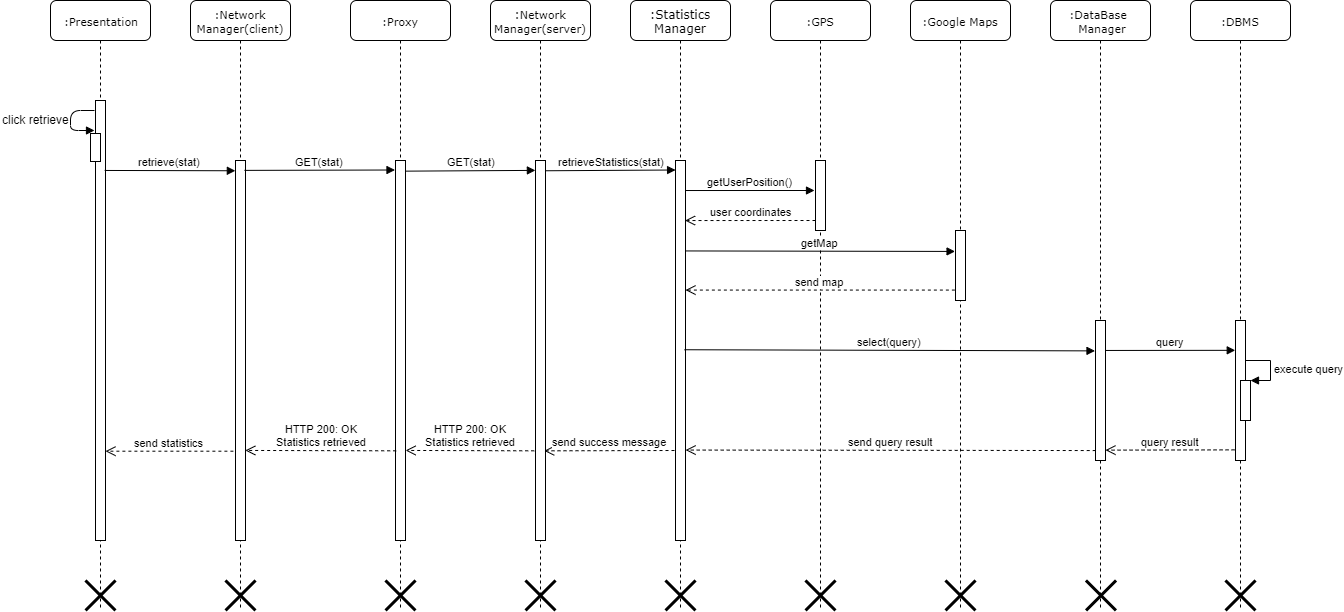
dariomiceli3/SafeStreet keeps this draw.io diagram as DD/img/sequence_diagrams/Retrieve_Statistics.png. Above is the earlier version. Source tidied: cells renumbered, new cells last; positions are measured from the earlier drawing's top-left corner, leaving out a move shared by most shapes.
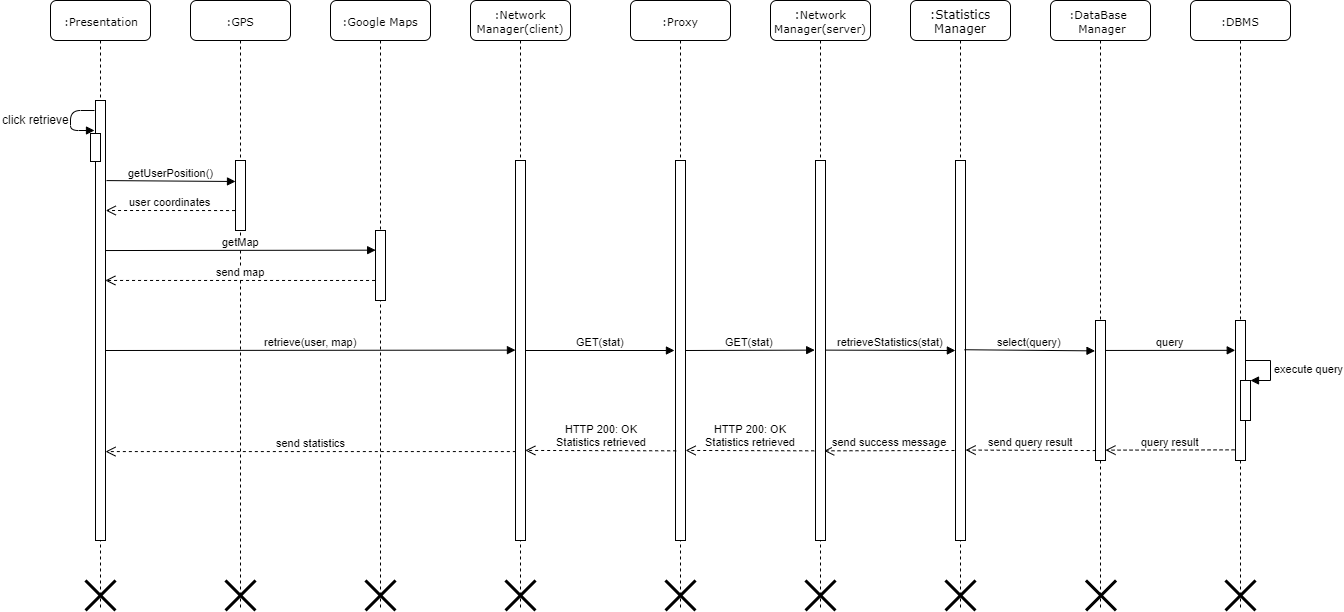
After the commit.

The edit, as a diff of the source:
```diff
@@ -3,31 +3,31 @@
     <mxCell id="0" />
     <mxCell id="1" parent="0" />
     <mxCell id="2" value="&lt;span style=&quot;font-size: 11px&quot;&gt;:Network Manager(client)&lt;/span&gt;" style="shape=umlLifeline;perimeter=lifelinePerimeter;whiteSpace=wrap;html=1;rounded=1;shadow=0;comic=0;labelBackgroundColor=none;strokeWidth=1;fontFamily=Verdana;fontSize=12;align=center;" parent="1" vertex="1">
-      <mxGeometry x="190" width="100" height="610" as="geometry" />
+      <mxGeometry x="470" width="100" height="610" as="geometry" />
     </mxCell>
     <mxCell id="3" style="html=1;points=[];perimeter=orthogonalPerimeter;rounded=0;shadow=0;comic=0;labelBackgroundColor=none;strokeWidth=1;fontFamily=Verdana;fontSize=12;align=center;" parent="2" vertex="1">
       <mxGeometry x="45" y="160" width="10" height="380" as="geometry" />
     </mxCell>
     <mxCell id="4" value="&lt;span style=&quot;font-size: 11px&quot;&gt;:Proxy&lt;/span&gt;" style="shape=umlLifeline;perimeter=lifelinePerimeter;whiteSpace=wrap;html=1;rounded=1;shadow=0;comic=0;labelBackgroundColor=none;strokeWidth=1;fontFamily=Verdana;fontSize=12;align=center;" parent="1" vertex="1">
-      <mxGeometry x="350" width="100" height="610" as="geometry" />
+      <mxGeometry x="630" width="100" height="610" as="geometry" />
     </mxCell>
     <mxCell id="5" style="html=1;points=[];perimeter=orthogonalPerimeter;rounded=0;shadow=0;comic=0;labelBackgroundColor=none;strokeWidth=1;fontFamily=Verdana;fontSize=12;align=center;" parent="4" vertex="1">
       <mxGeometry x="45" y="160" width="10" height="380" as="geometry" />
     </mxCell>
     <mxCell id="6" value=":&lt;span style=&quot;font-size: 11px&quot;&gt;Network Manager(server)&lt;/span&gt;" style="shape=umlLifeline;perimeter=lifelinePerimeter;whiteSpace=wrap;html=1;rounded=1;shadow=0;comic=0;labelBackgroundColor=none;strokeWidth=1;fontFamily=Verdana;fontSize=12;align=center;" parent="1" vertex="1">
-      <mxGeometry x="490" width="100" height="610" as="geometry" />
+      <mxGeometry x="770" width="100" height="610" as="geometry" />
     </mxCell>
     <mxCell id="7" style="html=1;points=[];perimeter=orthogonalPerimeter;rounded=0;shadow=0;comic=0;labelBackgroundColor=none;strokeWidth=1;fontFamily=Verdana;fontSize=12;align=center;" parent="6" vertex="1">
       <mxGeometry x="45" y="160" width="10" height="380" as="geometry" />
     </mxCell>
     <mxCell id="8" value=":Statistics Manager" style="shape=umlLifeline;perimeter=lifelinePerimeter;whiteSpace=wrap;html=1;rounded=1;shadow=0;comic=0;labelBackgroundColor=none;strokeWidth=1;fontFamily=Verdana;fontSize=12;align=center;" parent="1" vertex="1">
-      <mxGeometry x="630" width="100" height="610" as="geometry" />
+      <mxGeometry x="910" width="100" height="610" as="geometry" />
     </mxCell>
     <mxCell id="9" style="html=1;points=[];perimeter=orthogonalPerimeter;rounded=0;shadow=0;comic=0;labelBackgroundColor=none;strokeWidth=1;fontFamily=Verdana;fontSize=12;align=center;" parent="8" vertex="1">
       <mxGeometry x="45" y="160" width="10" height="380" as="geometry" />
     </mxCell>
     <mxCell id="10" value="&lt;font style=&quot;font-size: 11px&quot;&gt;:GPS&lt;/font&gt;" style="shape=umlLifeline;perimeter=lifelinePerimeter;whiteSpace=wrap;html=1;rounded=1;shadow=0;comic=0;labelBackgroundColor=none;strokeWidth=1;fontFamily=Verdana;fontSize=12;align=center;" parent="1" vertex="1">
-      <mxGeometry x="770" width="100" height="610" as="geometry" />
+      <mxGeometry x="190" width="100" height="610" as="geometry" />
     </mxCell>
     <mxCell id="11" style="html=1;points=[];perimeter=orthogonalPerimeter;rounded=0;shadow=0;comic=0;labelBackgroundColor=none;strokeColor=#000000;strokeWidth=1;fillColor=#FFFFFF;fontFamily=Verdana;fontSize=12;fontColor=#000000;align=center;" parent="10" vertex="1">
       <mxGeometry x="45" y="160" width="10" height="70" as="geometry" />
@@ -42,7 +42,7 @@
       <mxGeometry x="35" y="580" width="30" height="30" as="geometry" />
     </mxCell>
     <mxCell id="15" style="shape=umlDestroy;whiteSpace=wrap;html=1;strokeWidth=3;" parent="12" vertex="1">
-      <mxGeometry x="615" y="580" width="30" height="30" as="geometry" />
+      <mxGeometry x="895" y="580" width="30" height="30" as="geometry" />
     </mxCell>
     <mxCell id="16" value="&lt;font style=&quot;font-size: 11px&quot;&gt;:DataBase&amp;nbsp;&lt;br&gt;&amp;nbsp;Manager&lt;/font&gt;" style="shape=umlLifeline;perimeter=lifelinePerimeter;whiteSpace=wrap;html=1;rounded=1;shadow=0;comic=0;labelBackgroundColor=none;strokeWidth=1;fontFamily=Verdana;fontSize=12;align=center;" parent="1" vertex="1">
       <mxGeometry x="1050" width="100" height="610" as="geometry" />
@@ -85,16 +85,16 @@
       <mxGeometry x="90" y="133" width="10" height="28" as="geometry" />
     </mxCell>
     <mxCell id="25" style="shape=umlDestroy;whiteSpace=wrap;html=1;strokeWidth=3;" parent="1" vertex="1">
-      <mxGeometry x="225" y="580" width="30" height="30" as="geometry" />
+      <mxGeometry x="505" y="580" width="30" height="30" as="geometry" />
     </mxCell>
     <mxCell id="26" style="shape=umlDestroy;whiteSpace=wrap;html=1;strokeWidth=3;direction=south;" parent="1" vertex="1">
-      <mxGeometry x="385" y="580" width="30" height="30" as="geometry" />
+      <mxGeometry x="665" y="580" width="30" height="30" as="geometry" />
     </mxCell>
     <mxCell id="27" style="shape=umlDestroy;whiteSpace=wrap;html=1;strokeWidth=3;" parent="1" vertex="1">
-      <mxGeometry x="525" y="580" width="30" height="30" as="geometry" />
+      <mxGeometry x="805" y="580" width="30" height="30" as="geometry" />
     </mxCell>
     <mxCell id="28" style="shape=umlDestroy;whiteSpace=wrap;html=1;strokeWidth=3;" parent="1" vertex="1">
-      <mxGeometry x="805" y="580" width="30" height="30" as="geometry" />
+      <mxGeometry x="225" y="580" width="30" height="30" as="geometry" />
     </mxCell>
     <mxCell id="29" style="shape=umlDestroy;whiteSpace=wrap;html=1;strokeWidth=3;direction=south;" parent="1" vertex="1">
       <mxGeometry x="1085.5" y="580" width="30" height="30" as="geometry" />
@@ -102,7 +102,7 @@
     <mxCell id="30" style="shape=umlDestroy;whiteSpace=wrap;html=1;strokeWidth=3;" parent="1" vertex="1">
       <mxGeometry x="1225" y="580" width="30" height="30" as="geometry" />
     </mxCell>
-    <mxCell id="31" value="GET(stat)" style="html=1;verticalAlign=bottom;endArrow=block;exitX=1.08;exitY=0.028;exitDx=0;exitDy=0;exitPerimeter=0;entryX=-0.012;entryY=0.026;entryDx=0;entryDy=0;entryPerimeter=0;" parent="1" edge="1" source="5" target="7">
+    <mxCell id="31" value="GET(stat)" style="html=1;verticalAlign=bottom;endArrow=block;exitX=1.035;exitY=0.5;exitDx=0;exitDy=0;exitPerimeter=0;entryX=-0.081;entryY=0.499;entryDx=0;entryDy=0;entryPerimeter=0;" parent="1" edge="1" source="5" target="7">
       <mxGeometry relative="1" as="geometry" />
     </mxCell>
     <mxCell id="32" value="query" style="html=1;verticalAlign=bottom;endArrow=block;exitX=1.039;exitY=0.214;exitDx=0;exitDy=0;exitPerimeter=0;entryX=-0.026;entryY=0.213;entryDx=0;entryDy=0;entryPerimeter=0;" parent="1" edge="1" source="17" target="19">
@@ -110,35 +110,35 @@
     </mxCell>
     <mxCell id="33" value="&amp;nbsp; &lt;br&gt;&lt;br&gt;send success message" style="html=1;verticalAlign=bottom;endArrow=open;dashed=1;endSize=8;entryX=0.872;entryY=0.764;entryDx=0;entryDy=0;entryPerimeter=0;" parent="1" edge="1" target="7">
       <mxGeometry relative="1" as="geometry">
-        <mxPoint x="674" y="450" as="sourcePoint" />
+        <mxPoint x="954" y="450" as="sourcePoint" />
       </mxGeometry>
     </mxCell>
     <mxCell id="34" value="HTTP 200: OK&lt;br&gt;Statistics retrieved" style="html=1;verticalAlign=bottom;endArrow=open;dashed=1;endSize=8;exitX=0.067;exitY=0.764;exitDx=0;exitDy=0;exitPerimeter=0;entryX=0.983;entryY=0.763;entryDx=0;entryDy=0;entryPerimeter=0;" parent="1" edge="1" source="5" target="3">
       <mxGeometry relative="1" as="geometry" />
     </mxCell>
-    <mxCell id="35" value="retrieve(stat)" style="html=1;verticalAlign=bottom;endArrow=block;exitX=0.919;exitY=0.159;exitDx=0;exitDy=0;exitPerimeter=0;entryX=-0.016;entryY=0.027;entryDx=0;entryDy=0;entryPerimeter=0;" parent="1" edge="1" source="13" target="3">
-      <mxGeometry relative="1" as="geometry" />
+    <mxCell id="35" value="retrieve(user, map)" style="html=1;verticalAlign=bottom;endArrow=block;entryX=-0.005;entryY=0.499;entryDx=0;entryDy=0;entryPerimeter=0;" parent="1" edge="1" target="3">
+      <mxGeometry relative="1" as="geometry">
+        <mxPoint x="105" y="350" as="sourcePoint" />
+      </mxGeometry>
     </mxCell>
-    <mxCell id="36" value="GET(stat)" style="html=1;verticalAlign=bottom;endArrow=block;exitX=0.901;exitY=0.026;exitDx=0;exitDy=0;exitPerimeter=0;entryX=-0.05;entryY=0.025;entryDx=0;entryDy=0;entryPerimeter=0;" parent="1" edge="1" source="3" target="5">
+    <mxCell id="36" value="GET(stat)" style="html=1;verticalAlign=bottom;endArrow=block;exitX=0.988;exitY=0.5;exitDx=0;exitDy=0;exitPerimeter=0;entryX=-0.105;entryY=0.5;entryDx=0;entryDy=0;entryPerimeter=0;" parent="1" edge="1" source="3" target="5">
       <mxGeometry relative="1" as="geometry" />
     </mxCell>
-    <mxCell id="37" value="retrieveStatistics(stat)" style="html=1;verticalAlign=bottom;endArrow=block;exitX=1.076;exitY=0.027;exitDx=0;exitDy=0;exitPerimeter=0;entryX=0.008;entryY=0.025;entryDx=0;entryDy=0;entryPerimeter=0;" parent="1" edge="1" source="7" target="9">
+    <mxCell id="37" value="retrieveStatistics(stat)" style="html=1;verticalAlign=bottom;endArrow=block;exitX=1.035;exitY=0.499;exitDx=0;exitDy=0;exitPerimeter=0;entryX=-0.012;entryY=0.5;entryDx=0;entryDy=0;entryPerimeter=0;" parent="1" edge="1" source="7" target="9">
       <mxGeometry relative="1" as="geometry" />
     </mxCell>
-    <mxCell id="38" value="getUserPosition()" style="html=1;verticalAlign=bottom;endArrow=block;exitX=1.017;exitY=0.079;exitDx=0;exitDy=0;exitPerimeter=0;" parent="1" edge="1" source="9">
+    <mxCell id="38" value="getUserPosition()" style="html=1;verticalAlign=bottom;endArrow=block;exitX=1.1;exitY=0.182;exitDx=0;exitDy=0;exitPerimeter=0;" parent="1" edge="1" source="13">
       <mxGeometry relative="1" as="geometry">
-        <mxPoint x="814" y="190" as="targetPoint" />
+        <mxPoint x="235" y="181" as="targetPoint" />
       </mxGeometry>
     </mxCell>
-    <mxCell id="39" value="user coordinates" style="html=1;verticalAlign=bottom;endArrow=open;dashed=1;endSize=8;entryX=0.959;entryY=0.158;entryDx=0;entryDy=0;entryPerimeter=0;" parent="1" edge="1" target="9">
-      <mxGeometry relative="1" as="geometry">
-        <mxPoint x="815" y="220" as="sourcePoint" />
-      </mxGeometry>
+    <mxCell id="39" value="user coordinates" style="html=1;verticalAlign=bottom;endArrow=open;dashed=1;endSize=8;entryX=1.024;entryY=0.25;entryDx=0;entryDy=0;entryPerimeter=0;exitX=-0.044;exitY=0.715;exitDx=0;exitDy=0;exitPerimeter=0;" parent="1" edge="1" source="11" target="13">
+      <mxGeometry relative="1" as="geometry" />
     </mxCell>
-    <mxCell id="40" value="getMap" style="html=1;verticalAlign=bottom;endArrow=block;exitX=0.998;exitY=0.238;exitDx=0;exitDy=0;exitPerimeter=0;entryX=-0.044;entryY=0.299;entryDx=0;entryDy=0;entryPerimeter=0;" parent="1" edge="1" source="9" target="48">
+    <mxCell id="40" value="getMap" style="html=1;verticalAlign=bottom;endArrow=block;entryX=0.015;entryY=0.281;entryDx=0;entryDy=0;entryPerimeter=0;exitX=1.044;exitY=0.341;exitDx=0;exitDy=0;exitPerimeter=0;" parent="1" edge="1" source="13" target="48">
       <mxGeometry relative="1" as="geometry" />
     </mxCell>
-    <mxCell id="41" value="send map" style="html=1;verticalAlign=bottom;endArrow=open;dashed=1;endSize=8;exitX=-0.063;exitY=0.851;exitDx=0;exitDy=0;exitPerimeter=0;" parent="1" edge="1" source="48" target="9">
+    <mxCell id="41" value="send map" style="html=1;verticalAlign=bottom;endArrow=open;dashed=1;endSize=8;exitX=-0.044;exitY=0.714;exitDx=0;exitDy=0;exitPerimeter=0;entryX=0.985;entryY=0.409;entryDx=0;entryDy=0;entryPerimeter=0;" parent="1" edge="1" source="48" target="13">
       <mxGeometry relative="1" as="geometry" />
     </mxCell>
     <mxCell id="42" value="select(query)" style="html=1;verticalAlign=bottom;endArrow=block;entryX=-0.049;entryY=0.217;entryDx=0;entryDy=0;entryPerimeter=0;exitX=0.9;exitY=0.498;exitDx=0;exitDy=0;exitPerimeter=0;" parent="1" edge="1" source="9" target="17">
@@ -153,17 +153,17 @@
     <mxCell id="45" value="HTTP 200: OK&lt;br&gt;Statistics retrieved" style="html=1;verticalAlign=bottom;endArrow=open;dashed=1;endSize=8;exitX=-0.128;exitY=0.764;exitDx=0;exitDy=0;exitPerimeter=0;entryX=1.011;entryY=0.763;entryDx=0;entryDy=0;entryPerimeter=0;" parent="1" edge="1" source="7" target="5">
       <mxGeometry relative="1" as="geometry" />
     </mxCell>
-    <mxCell id="46" value="send statistics" style="html=1;verticalAlign=bottom;endArrow=open;dashed=1;endSize=8;exitX=-0.211;exitY=0.765;exitDx=0;exitDy=0;exitPerimeter=0;" parent="1" edge="1" source="3" target="13">
+    <mxCell id="46" value="send statistics" style="html=1;verticalAlign=bottom;endArrow=open;dashed=1;endSize=8;exitX=0.035;exitY=0.766;exitDx=0;exitDy=0;exitPerimeter=0;" parent="1" edge="1" source="3" target="13">
       <mxGeometry relative="1" as="geometry" />
     </mxCell>
     <mxCell id="47" value="&lt;font style=&quot;font-size: 11px&quot;&gt;:Google Maps&lt;br&gt;&lt;/font&gt;" style="shape=umlLifeline;perimeter=lifelinePerimeter;whiteSpace=wrap;html=1;rounded=1;shadow=0;comic=0;labelBackgroundColor=none;strokeWidth=1;fontFamily=Verdana;fontSize=12;align=center;" parent="1" vertex="1">
-      <mxGeometry x="910" width="100" height="610" as="geometry" />
+      <mxGeometry x="330" width="100" height="610" as="geometry" />
     </mxCell>
     <mxCell id="48" style="html=1;points=[];perimeter=orthogonalPerimeter;rounded=0;shadow=0;comic=0;labelBackgroundColor=none;strokeColor=#000000;strokeWidth=1;fillColor=#FFFFFF;fontFamily=Verdana;fontSize=12;fontColor=#000000;align=center;" parent="47" vertex="1">
       <mxGeometry x="45" y="230" width="10" height="70" as="geometry" />
     </mxCell>
     <mxCell id="49" style="shape=umlDestroy;whiteSpace=wrap;html=1;strokeWidth=3;" parent="1" vertex="1">
-      <mxGeometry x="945" y="580" width="30" height="30" as="geometry" />
+      <mxGeometry x="365" y="580" width="30" height="30" as="geometry" />
     </mxCell>
   </root>
 </mxGraphModel>
```
